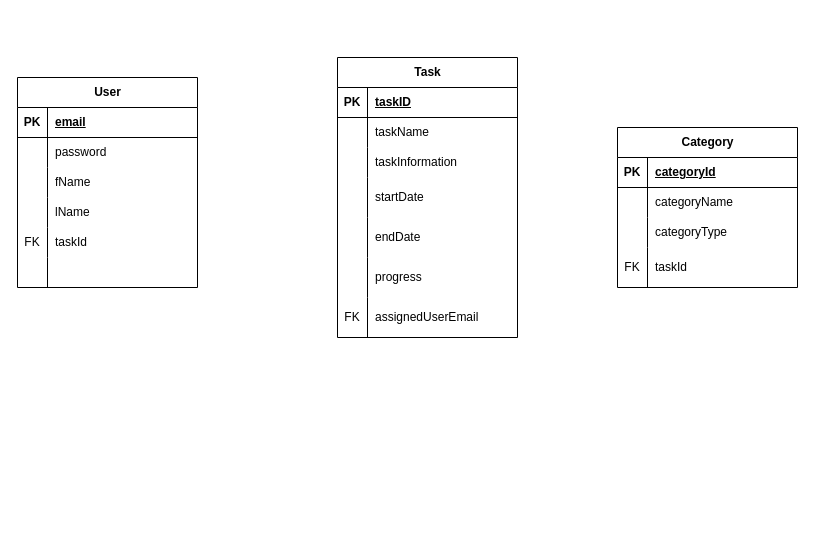
Above: other/prototypes/database/ERD.drawio in qutsimon/GroupTaskManager (draw.io), before the change. Source tidied: cells renumbered, new cells numbered last; positions are measured from the earlier drawing's top-left corner, leaving out a move shared by most shapes. Both pictures are drawn from the tidied source at 100%, with x=0, y=0 at pixel (17, 57).
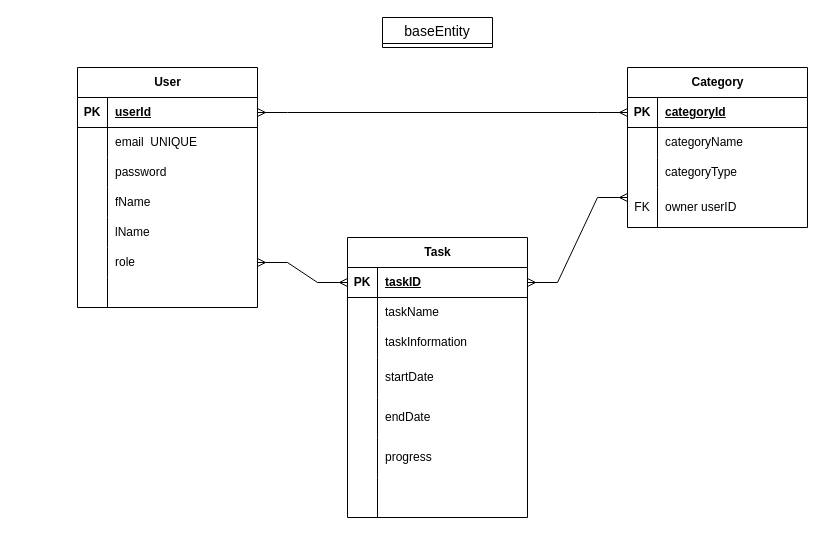
Above is the later version.

Unchanged cells that the change refers to:
```xml
<mxCell id="3" style="shape=tableRow;horizontal=0;startSize=0;swimlaneHead=0;swimlaneBody=0;fillColor=none;points=[[0,0.5],[1,0.5]];portConstraint=eastwest;top=0;left=0;right=0;bottom=1;" parent="2" vertex="1">
  <mxGeometry y="30" width="180" height="30" as="geometry" />
</mxCell>
<mxCell id="22" style="shape=tableRow;horizontal=0;startSize=0;swimlaneHead=0;swimlaneBody=0;fillColor=none;points=[[0,0.5],[1,0.5]];portConstraint=eastwest;top=0;left=0;right=0;bottom=1;" parent="21" vertex="1">
  <mxGeometry y="30" width="180" height="30" as="geometry" />
</mxCell>
<mxCell id="31" style="shape=tableRow;horizontal=0;startSize=0;swimlaneHead=0;swimlaneBody=0;fillColor=none;points=[[0,0.5],[1,0.5]];portConstraint=eastwest;top=0;left=0;right=0;bottom=0;" parent="21" vertex="1">
  <mxGeometry y="120" width="180" height="40" as="geometry" />
</mxCell>
<mxCell id="35" style="shape=tableRow;horizontal=0;startSize=0;swimlaneHead=0;swimlaneBody=0;fillColor=none;points=[[0,0.5],[1,0.5]];portConstraint=eastwest;top=0;left=0;right=0;bottom=1;" parent="34" vertex="1">
  <mxGeometry y="30" width="180" height="30" as="geometry" />
</mxCell>
<mxCell id="53" style="shape=tableRow;horizontal=0;startSize=0;swimlaneHead=0;swimlaneBody=0;fillColor=none;top=0;left=0;right=0;bottom=0;" parent="34" vertex="1">
  <mxGeometry y="240" width="180" height="40" as="geometry" />
</mxCell>
```

What changed in the source:
```diff
@@
     <mxCell id="2" value="User" style="shape=table;startSize=30;childLayout=tableLayout;rowLines=0;fontStyle=1;align=center;html=1;" parent="1" vertex="1">
-      <mxGeometry y="20" width="180" height="210" as="geometry" />
+      <mxGeometry x="60" y="10" width="180" height="240" as="geometry" />
     </mxCell>
@@
-    <mxCell id="5" value="email" style="shape=partialRectangle;fillColor=none;top=0;left=0;bottom=0;right=0;align=left;spacingLeft=6;fontStyle=5;overflow=hidden;whiteSpace=wrap;html=1;" parent="3" vertex="1">
+    <mxCell id="5" value="userId" style="shape=partialRectangle;fillColor=none;top=0;left=0;bottom=0;right=0;align=left;spacingLeft=6;fontStyle=5;overflow=hidden;whiteSpace=wrap;html=1;" parent="3" vertex="1">
       <mxGeometry x="30" width="150" height="30" as="geometry" />
     </mxCell>
+    <mxCell id="56" style="shape=tableRow;horizontal=0;startSize=0;swimlaneHead=0;swimlaneBody=0;fillColor=none;top=0;left=0;right=0;bottom=0;" parent="2" vertex="1">
+      <mxGeometry y="60" width="180" height="30" as="geometry" />
+    </mxCell>
+    <mxCell id="57" style="shape=partialRectangle;fillColor=none;top=0;left=0;bottom=0;right=0;overflow=hidden;whiteSpace=wrap;html=1;" parent="56" vertex="1">
+      <mxGeometry width="30" height="30" as="geometry" />
+    </mxCell>
+    <mxCell id="58" value="email&amp;nbsp; UNIQUE" style="shape=partialRectangle;fillColor=none;top=0;left=0;bottom=0;right=0;align=left;spacingLeft=6;overflow=hidden;whiteSpace=wrap;html=1;" parent="56" vertex="1">
+      <mxGeometry x="30" width="150" height="30" as="geometry" />
+    </mxCell>
     <mxCell id="6" style="shape=tableRow;horizontal=0;startSize=0;swimlaneHead=0;swimlaneBody=0;fillColor=none;top=0;left=0;right=0;bottom=0;" parent="2" vertex="1">
-      <mxGeometry y="60" width="180" height="30" as="geometry" />
+      <mxGeometry y="90" width="180" height="30" as="geometry" />
     </mxCell>
@@
     <mxCell id="9" style="shape=tableRow;horizontal=0;startSize=0;swimlaneHead=0;swimlaneBody=0;fillColor=none;top=0;left=0;right=0;bottom=0;" parent="2" vertex="1">
-      <mxGeometry y="90" width="180" height="30" as="geometry" />
+      <mxGeometry y="120" width="180" height="30" as="geometry" />
     </mxCell>
@@
     <mxCell id="12" style="shape=tableRow;horizontal=0;startSize=0;swimlaneHead=0;swimlaneBody=0;fillColor=none;top=0;left=0;right=0;bottom=0;" parent="2" vertex="1">
-      <mxGeometry y="120" width="180" height="30" as="geometry" />
+      <mxGeometry y="150" width="180" height="30" as="geometry" />
     </mxCell>
@@
     <mxCell id="15" style="shape=tableRow;horizontal=0;startSize=0;swimlaneHead=0;swimlaneBody=0;fillColor=none;points=[[0,0.5],[1,0.5]];portConstraint=eastwest;top=0;left=0;right=0;bottom=0;" parent="2" vertex="1">
-      <mxGeometry y="150" width="180" height="30" as="geometry" />
+      <mxGeometry y="180" width="180" height="30" as="geometry" />
     </mxCell>
-    <mxCell id="16" value="FK" style="shape=partialRectangle;fillColor=none;top=0;left=0;bottom=0;right=0;overflow=hidden;whiteSpace=wrap;html=1;" parent="15" vertex="1">
+    <mxCell id="16" style="shape=partialRectangle;fillColor=none;top=0;left=0;bottom=0;right=0;overflow=hidden;whiteSpace=wrap;html=1;" parent="15" vertex="1">
       <mxGeometry width="30" height="30" as="geometry" />
     </mxCell>
-    <mxCell id="17" value="taskId" style="shape=partialRectangle;fillColor=none;top=0;left=0;bottom=0;right=0;align=left;spacingLeft=6;overflow=hidden;whiteSpace=wrap;html=1;" parent="15" vertex="1">
+    <mxCell id="17" value="role" style="shape=partialRectangle;fillColor=none;top=0;left=0;bottom=0;right=0;align=left;spacingLeft=6;overflow=hidden;whiteSpace=wrap;html=1;" parent="15" vertex="1">
       <mxGeometry x="30" width="150" height="30" as="geometry" />
     </mxCell>
     <mxCell id="18" style="shape=tableRow;horizontal=0;startSize=0;swimlaneHead=0;swimlaneBody=0;fillColor=none;top=0;left=0;right=0;bottom=0;" parent="2" vertex="1">
-      <mxGeometry y="180" width="180" height="30" as="geometry" />
+      <mxGeometry y="210" width="180" height="30" as="geometry" />
     </mxCell>
@@
     <mxCell id="21" value="Category" style="shape=table;startSize=30;childLayout=tableLayout;rowLines=0;fontStyle=1;align=center;html=1;" parent="1" vertex="1">
-      <mxGeometry x="600" y="70" width="180" height="160" as="geometry" />
+      <mxGeometry x="610" y="10" width="180" height="160" as="geometry" />
     </mxCell>
@@
-    <mxCell id="33" value="taskId" style="shape=partialRectangle;fillColor=none;top=0;left=0;bottom=0;right=0;align=left;spacingLeft=6;overflow=hidden;whiteSpace=wrap;html=1;" parent="31" vertex="1">
+    <mxCell id="33" value="owner userID" style="shape=partialRectangle;fillColor=none;top=0;left=0;bottom=0;right=0;align=left;spacingLeft=6;overflow=hidden;whiteSpace=wrap;html=1;" parent="31" vertex="1">
       <mxGeometry x="30" width="150" height="40" as="geometry" />
     </mxCell>
     <mxCell id="34" value="Task" style="shape=table;startSize=30;childLayout=tableLayout;rowLines=0;fontStyle=1;align=center;html=1;" parent="1" vertex="1">
-      <mxGeometry x="320" width="180" height="280" as="geometry" />
+      <mxGeometry x="330" y="180" width="180" height="280" as="geometry" />
     </mxCell>
@@
-    <mxCell id="54" value="FK" style="shape=partialRectangle;fillColor=none;top=0;left=0;bottom=0;right=0;overflow=hidden;whiteSpace=wrap;html=1;" parent="53" vertex="1">
+    <mxCell id="54" style="shape=partialRectangle;fillColor=none;top=0;left=0;bottom=0;right=0;overflow=hidden;whiteSpace=wrap;html=1;" parent="53" vertex="1">
       <mxGeometry width="30" height="40" as="geometry" />
     </mxCell>
-    <mxCell id="55" value="assignedUserEmail" style="shape=partialRectangle;fillColor=none;top=0;left=0;bottom=0;right=0;align=left;spacingLeft=6;overflow=hidden;whiteSpace=wrap;html=1;" parent="53" vertex="1">
+    <mxCell id="55" style="shape=partialRectangle;fillColor=none;top=0;left=0;bottom=0;right=0;align=left;spacingLeft=6;overflow=hidden;whiteSpace=wrap;html=1;" parent="53" vertex="1">
       <mxGeometry x="30" width="150" height="40" as="geometry" />
     </mxCell>
+    <mxCell id="59" value="baseEntity" style="swimlane;fontStyle=0;horizontal=1;startSize=26;align=center;fontSize=14;" parent="1" vertex="1" collapsed="1">
+      <mxGeometry x="365" y="-40" width="110" height="30" as="geometry" />
+    </mxCell>
+    <mxCell id="60" style="edgeStyle=entityRelationEdgeStyle;fontSize=12;html=1;endArrow=ERmany;startArrow=ERmany;rounded=0;exitX=1;exitY=0.5;exitDx=0;exitDy=0;entryX=0;entryY=0.5;entryDx=0;entryDy=0;" parent="1" edge="1" source="3" target="22">
+      <mxGeometry relative="1" as="geometry">
+        <Array as="points">
+          <mxPoint x="570" y="110" />
+        </Array>
+      </mxGeometry>
+    </mxCell>
+    <mxCell id="61" style="edgeStyle=entityRelationEdgeStyle;fontSize=12;html=1;endArrow=ERmany;startArrow=ERmany;rounded=0;entryX=0;entryY=0.5;entryDx=0;entryDy=0;exitX=1;exitY=0.5;exitDx=0;exitDy=0;" parent="1" edge="1" source="15" target="35">
+      <mxGeometry relative="1" as="geometry" />
+    </mxCell>
+    <mxCell id="62" style="edgeStyle=entityRelationEdgeStyle;fontSize=12;html=1;endArrow=ERmany;startArrow=ERmany;rounded=0;exitX=1;exitY=0.5;exitDx=0;exitDy=0;entryX=0;entryY=0.25;entryDx=0;entryDy=0;entryPerimeter=0;" parent="1" edge="1" source="35" target="31">
+      <mxGeometry relative="1" as="geometry" />
+    </mxCell>
```
